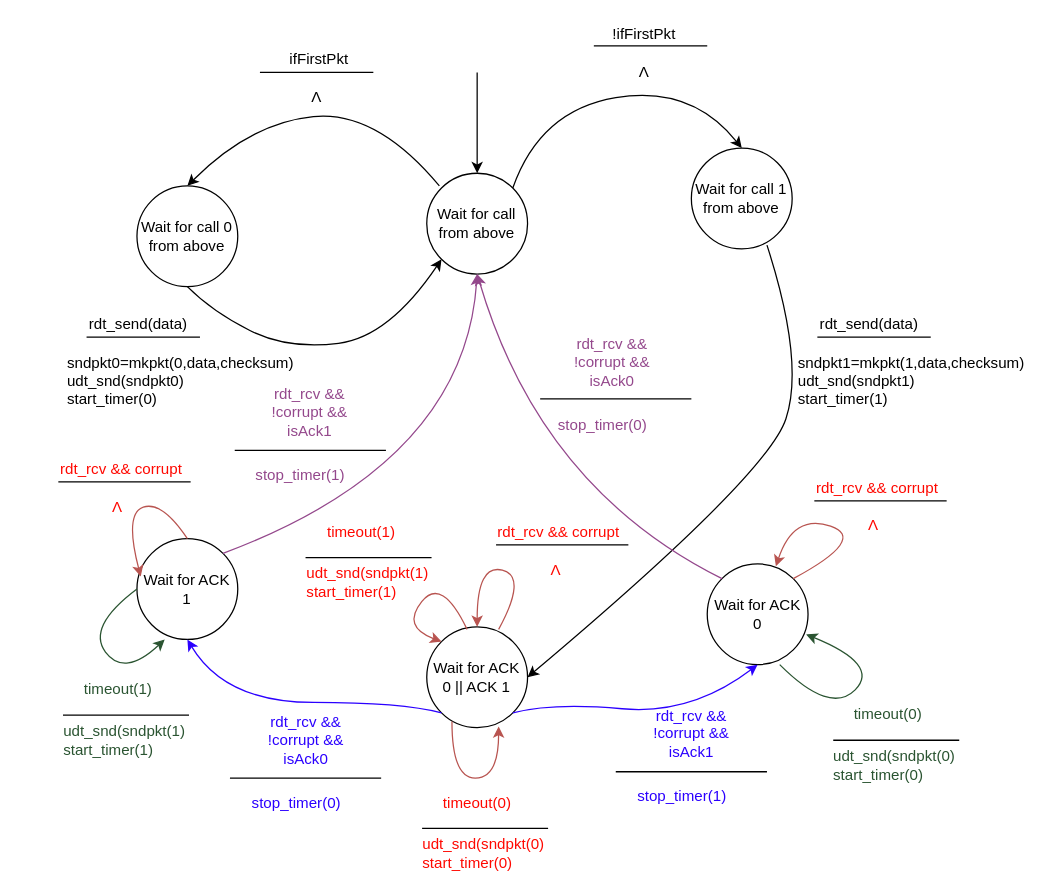
This is Uppgift3.drawio from EdvinLndh/Radio-app, a draw.io file, before an edit. Source tidied: cells renumbered, new cells numbered last; positions are measured from the earlier drawing's top-left corner, leaving out a move shared by most shapes. Both pictures are drawn from the tidied source at 126%, with x=0, y=0 at pixel (21, 21).
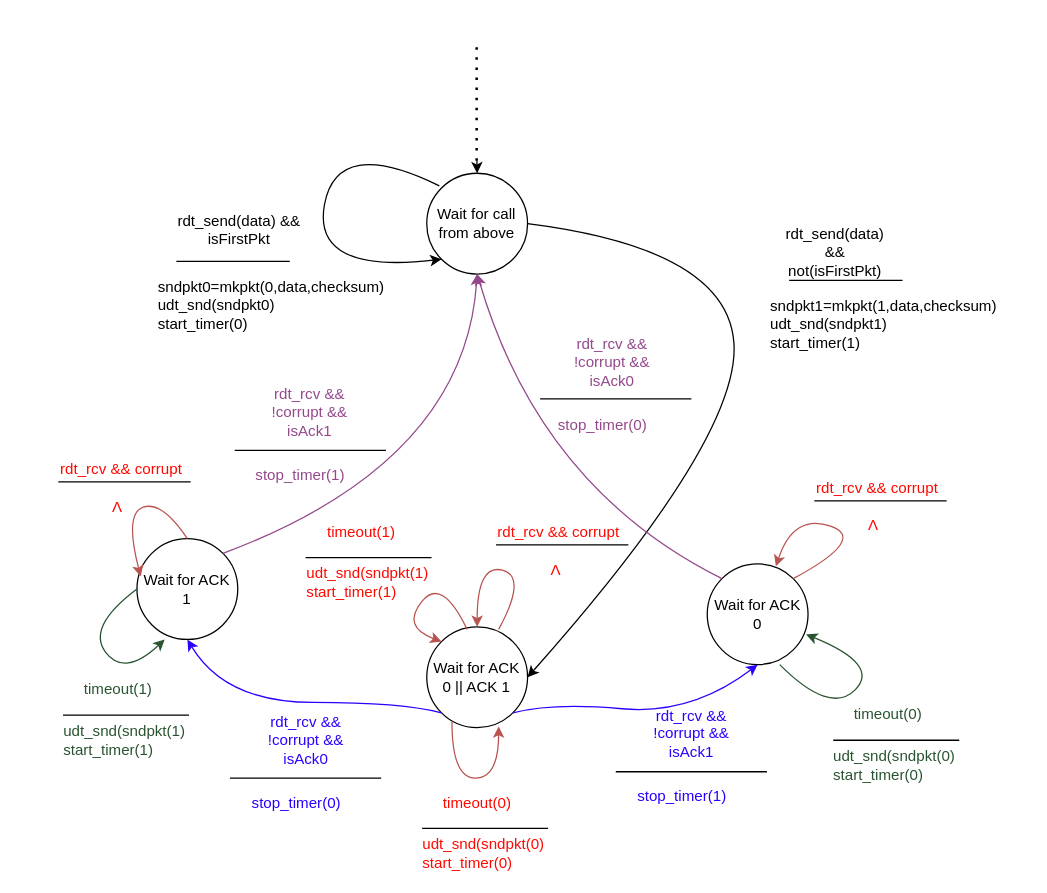
The same page after the edit.

The change refers to these unchanged cells:
```xml
<mxCell id="4" value="Wait for call from above" style="ellipse;whiteSpace=wrap;html=1;" parent="1" vertex="1">
  <mxGeometry x="321.2" y="120" width="80" height="80" as="geometry" />
</mxCell>
<mxCell id="15" value="Wait for ACK 0 || ACK 1" style="ellipse;whiteSpace=wrap;html=1;" parent="1" vertex="1">
  <mxGeometry x="321.2" y="480" width="80" height="80" as="geometry" />
</mxCell>
```

Change to the diagram source:
```diff
@@
-    <mxCell id="2" value="Wait for call 0 from above" style="ellipse;whiteSpace=wrap;html=1;" parent="1" vertex="1">
-      <mxGeometry x="91.2" y="130" width="80" height="80" as="geometry" />
-    </mxCell>
-    <mxCell id="3" value="Wait for call 1 from above" style="ellipse;whiteSpace=wrap;html=1;" parent="1" vertex="1">
-      <mxGeometry x="531.2" y="100" width="80" height="80" as="geometry" />
-    </mxCell>
@@
     <mxCell id="5" style="endArrow=classic;html=1;entryX=0.5;entryY=0;entryDx=0;entryDy=0;" parent="1" edge="1" target="4">
       <mxGeometry relative="1" as="geometry">
-        <mxPoint x="361.2" y="40" as="sourcePoint" />
+        <mxPoint x="361" y="110" as="sourcePoint" />
       </mxGeometry>
     </mxCell>
-    <mxCell id="6" style="curved=1;endArrow=classic;html=1;exitX=1;exitY=0;exitDx=0;exitDy=0;entryX=0.5;entryY=0;entryDx=0;entryDy=0;" parent="1" edge="1" source="4" target="3">
-      <mxGeometry relative="1" as="geometry">
-        <Array as="points">
-          <mxPoint x="411.2" y="70" />
-          <mxPoint x="531.2" y="50" />
-        </Array>
-      </mxGeometry>
-    </mxCell>
-    <mxCell id="7" style="curved=1;endArrow=classic;html=1;entryX=0.5;entryY=0;entryDx=0;entryDy=0;exitX=0.125;exitY=0.125;exitDx=0;exitDy=0;exitPerimeter=0;" parent="1" edge="1" source="4" target="2">
+    <mxCell id="7" style="curved=1;endArrow=classic;html=1;entryX=0;entryY=1;entryDx=0;entryDy=0;exitX=0.125;exitY=0.125;exitDx=0;exitDy=0;exitPerimeter=0;" parent="1" edge="1" source="4" target="4">
       <mxGeometry relative="1" as="geometry">
         <Array as="points">
-          <mxPoint x="281.2" y="70" />
-          <mxPoint x="181.2" y="80" />
+          <mxPoint x="250" y="90" />
+          <mxPoint x="230" y="200" />
         </Array>
       </mxGeometry>
     </mxCell>
-    <mxCell id="8" style="curved=1;endArrow=classic;html=1;entryX=0;entryY=1;entryDx=0;entryDy=0;exitX=0.5;exitY=1;exitDx=0;exitDy=0;" parent="1" edge="1" source="2" target="4">
-      <mxGeometry relative="1" as="geometry">
-        <Array as="points">
-          <mxPoint x="151.2" y="230" />
-          <mxPoint x="211.2" y="260" />
-          <mxPoint x="291.2" y="250" />
-        </Array>
-      </mxGeometry>
-    </mxCell>
-    <mxCell id="9" style="curved=1;endArrow=classic;html=1;exitX=0.75;exitY=0.963;exitDx=0;exitDy=0;exitPerimeter=0;entryX=1;entryY=0.5;entryDx=0;entryDy=0;" parent="1" edge="1" source="3" target="15">
+    <mxCell id="9" style="curved=1;endArrow=classic;html=1;exitX=1;exitY=0.5;exitDx=0;exitDy=0;entryX=1;entryY=0.5;entryDx=0;entryDy=0;" parent="1" edge="1" source="4" target="15">
       <mxGeometry relative="1" as="geometry">
         <Array as="points">
-          <mxPoint x="621.2" y="270" />
-          <mxPoint x="591.2" y="360" />
+          <mxPoint x="560" y="180" />
+          <mxPoint x="570" y="330" />
         </Array>
       </mxGeometry>
     </mxCell>
-    <mxCell id="10" value="ifFirstPkt" style="text;html=1;fillColor=none;align=center;verticalAlign=middle;whiteSpace=wrap;rounded=0;perimeterSpacing=1;" parent="1" vertex="1">
-      <mxGeometry x="181.2" y="20" width="110" height="20" as="geometry" />
-    </mxCell>
-    <mxCell id="11" value="rdt_send(data)" style="text;html=1;strokeColor=none;fillColor=none;align=center;verticalAlign=middle;whiteSpace=wrap;rounded=0;" parent="1" vertex="1">
-      <mxGeometry x="51.2" y="230" width="82.5" height="20" as="geometry" />
+    <mxCell id="11" value="rdt_send(data) &amp;amp;&amp;amp; isFirstPkt" style="text;html=1;strokeColor=none;fillColor=none;align=center;verticalAlign=middle;whiteSpace=wrap;rounded=0;" parent="1" vertex="1">
+      <mxGeometry x="120" y="140" width="105" height="50" as="geometry" />
     </mxCell>
-    <mxCell id="12" value="!ifFirstPkt" style="text;html=1;strokeColor=none;fillColor=none;align=center;verticalAlign=middle;whiteSpace=wrap;rounded=0;" parent="1" vertex="1">
-      <mxGeometry x="453.8" width="80" height="20" as="geometry" />
-    </mxCell>
@@
-    <mxCell id="25" style="endArrow=none;html=1;" parent="1" edge="1">
-      <mxGeometry relative="1" as="geometry">
-        <mxPoint x="188.8" y="40" as="sourcePoint" />
-        <mxPoint x="278.8" y="40" as="targetPoint" />
-      </mxGeometry>
-    </mxCell>
-    <mxCell id="26" style="endArrow=none;html=1;" parent="1" edge="1">
-      <mxGeometry relative="1" as="geometry">
-        <mxPoint x="453.8" y="19" as="sourcePoint" />
-        <mxPoint x="543.8" y="19" as="targetPoint" />
-      </mxGeometry>
-    </mxCell>
-    <mxCell id="27" value="&lt;span&gt;Λ&lt;/span&gt;" style="text;html=1;strokeColor=none;fillColor=none;align=center;verticalAlign=middle;whiteSpace=wrap;rounded=0;" parent="1" vertex="1">
-      <mxGeometry x="213.8" y="50" width="40" height="20" as="geometry" />
-    </mxCell>
-    <mxCell id="28" value="&lt;span&gt;Λ&lt;/span&gt;" style="text;html=1;strokeColor=none;fillColor=none;align=center;verticalAlign=middle;whiteSpace=wrap;rounded=0;" parent="1" vertex="1">
-      <mxGeometry x="473.8" y="30" width="40" height="20" as="geometry" />
-    </mxCell>
     <mxCell id="29" style="endArrow=none;html=1;" parent="1" edge="1">
       <mxGeometry relative="1" as="geometry">
-        <mxPoint x="51.2" y="250" as="sourcePoint" />
-        <mxPoint x="141.2" y="250" as="targetPoint" />
+        <mxPoint x="122.5" y="190" as="sourcePoint" />
+        <mxPoint x="212.5" y="190" as="targetPoint" />
       </mxGeometry>
     </mxCell>
     <mxCell id="30" value="&lt;div&gt;sndpkt0=mkpkt(0,data,checksum)&lt;/div&gt;&lt;div align=&quot;left&quot;&gt;udt_snd(sndpkt0)&lt;/div&gt;&lt;div align=&quot;left&quot;&gt;start_timer(0)&lt;br&gt;&lt;/div&gt;" style="text;html=1;strokeColor=none;fillColor=none;align=center;verticalAlign=middle;whiteSpace=wrap;rounded=0;" parent="1" vertex="1">
-      <mxGeometry x="51.2" y="260" width="150" height="50" as="geometry" />
+      <mxGeometry x="122.5" y="200" width="150" height="50" as="geometry" />
     </mxCell>
-    <mxCell id="31" value="rdt_send(data)" style="text;html=1;strokeColor=none;fillColor=none;align=center;verticalAlign=middle;whiteSpace=wrap;rounded=0;" parent="1" vertex="1">
-      <mxGeometry x="631.2" y="230" width="82.5" height="20" as="geometry" />
+    <mxCell id="31" value="rdt_send(data) &amp;amp;&amp;amp; not(isFirstPkt)" style="text;html=1;strokeColor=none;fillColor=none;align=center;verticalAlign=middle;whiteSpace=wrap;rounded=0;" parent="1" vertex="1">
+      <mxGeometry x="600" y="160" width="91.2" height="45" as="geometry" />
     </mxCell>
     <mxCell id="32" style="endArrow=none;html=1;" parent="1" edge="1">
       <mxGeometry relative="1" as="geometry">
-        <mxPoint x="631.2" y="250" as="sourcePoint" />
-        <mxPoint x="721.2" y="250" as="targetPoint" />
+        <mxPoint x="608.8" y="205" as="sourcePoint" />
+        <mxPoint x="698.8" y="205" as="targetPoint" />
       </mxGeometry>
     </mxCell>
     <mxCell id="33" value="&lt;div&gt;sndpkt1=mkpkt(1,data,checksum)&lt;/div&gt;&lt;div align=&quot;left&quot;&gt;udt_snd(sndpkt1)&lt;/div&gt;&lt;div align=&quot;left&quot;&gt;start_timer(1)&lt;br&gt;&lt;/div&gt;" style="text;html=1;strokeColor=none;fillColor=none;align=center;verticalAlign=middle;whiteSpace=wrap;rounded=0;" parent="1" vertex="1">
-      <mxGeometry x="631.2" y="260" width="150" height="50" as="geometry" />
+      <mxGeometry x="608.8" y="215" width="150" height="50" as="geometry" />
     </mxCell>
@@
+    <mxCell id="69" style="endArrow=none;dashed=1;html=1;dashPattern=1 3;strokeWidth=2;fontColor=#94488C;" parent="1" edge="1">
+      <mxGeometry relative="1" as="geometry">
+        <mxPoint x="360.8" y="110" as="sourcePoint" />
+        <mxPoint x="360.8" y="20" as="targetPoint" />
+      </mxGeometry>
+    </mxCell>
```
